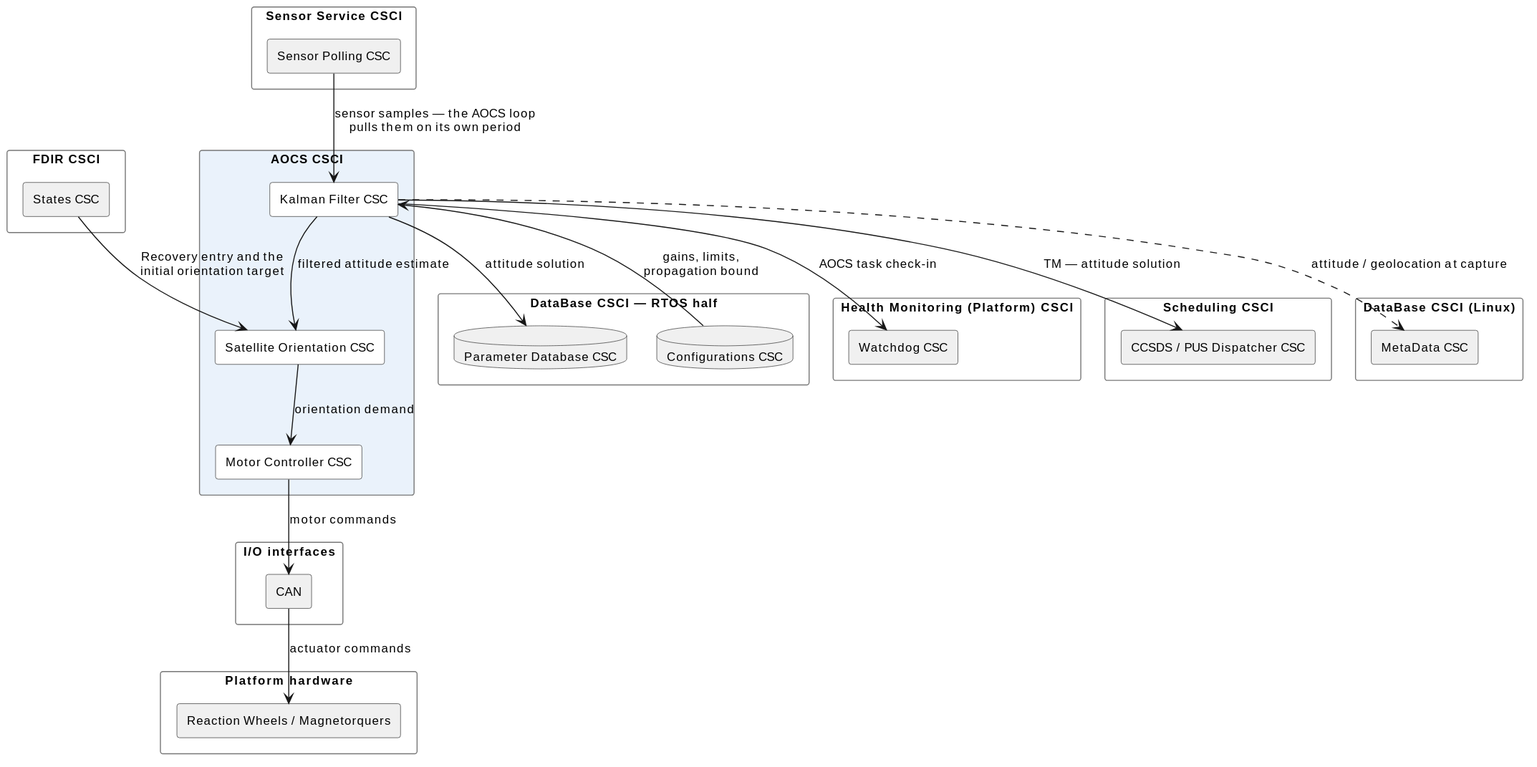
The PlantUML diagram docs/aocs_csci.svg in seapit/urban-memory, before a commit.
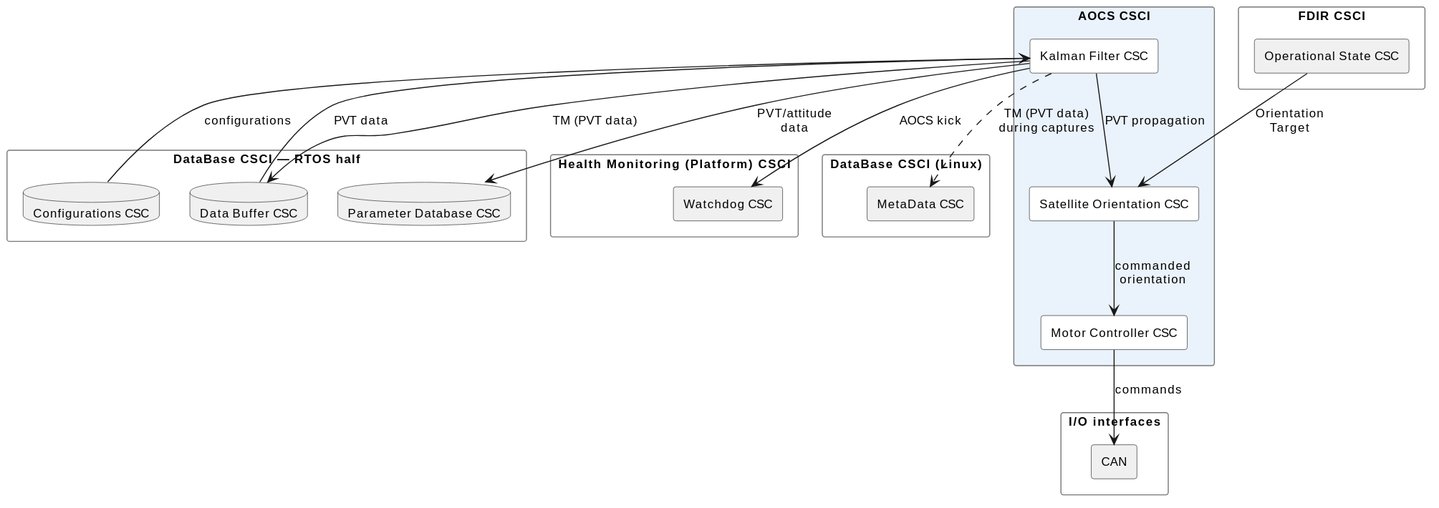
The same diagram one commit later.

The edit, as a diff of the source:
```diff
@@ -26,6 +26,7 @@
 }
 
 package "DataBase CSCI — RTOS half" as DBRT {
+  database "Data Buffer CSC" as DBUF #F0F0F0
   database "Configurations CSC" as CFG #F0F0F0
   database "Parameter Database CSC" as PDB #F0F0F0
 }
@@ -33,34 +34,24 @@
   component "Watchdog CSC" as WD #F0F0F0
 }
 package "FDIR CSCI" as FDIR {
-  component "States CSC" as STATES #F0F0F0
-}
-package "Sensor Service CSCI" as SENS {
-  component "Sensor Polling CSC" as POLL #F0F0F0
+  component "Operational State CSC" as STATES #F0F0F0
 }
 package "I/O interfaces" as IFACE {
   component "CAN" as CAN #F0F0F0
 }
-package "Scheduling CSCI" as SCHED {
-  component "CCSDS / PUS Dispatcher CSC" as CCSDS #F0F0F0
-}
 package "DataBase CSCI (Linux)" as DBLX {
   component "MetaData CSC" as META #F0F0F0
 }
-package "Platform hardware" as PHW {
-  component "Reaction Wheels / Magnetorquers" as ACT #F0F0F0
-}
 
-FILTER --> SATORIENT : filtered attitude estimate
-SATORIENT --> MOT : orientation demand
+FILTER --> SATORIENT : PVT propagation
+SATORIENT --> MOT : commanded\norientation
 
-CFG --> FILTER : gains, limits,\npropagation bound
-FILTER --> PDB : attitude solution
-FILTER --> WD : AOCS task check-in
-STATES --> SATORIENT : Recovery entry and the\ninitial orientation target
-POLL --> FILTER : sensor samples — the AOCS loop\npulls them on its own period
-MOT --> CAN : motor commands
-FILTER --> CCSDS : TM — attitude solution
-FILTER ..> META : attitude / geolocation at capture
-CAN --> ACT : actuator commands
+CFG --> FILTER : configurations
+FILTER --> PDB : PVT/attitude\ndata
+FILTER --> WD : AOCS kick
+STATES --> SATORIENT : Orientation\nTarget
+DBUF --> FILTER : PVT data
+MOT --> CAN : commands
+FILTER --> DBUF : TM (PVT data)
+FILTER ..> META : TM (PVT data)\nduring captures
 @enduml
```
